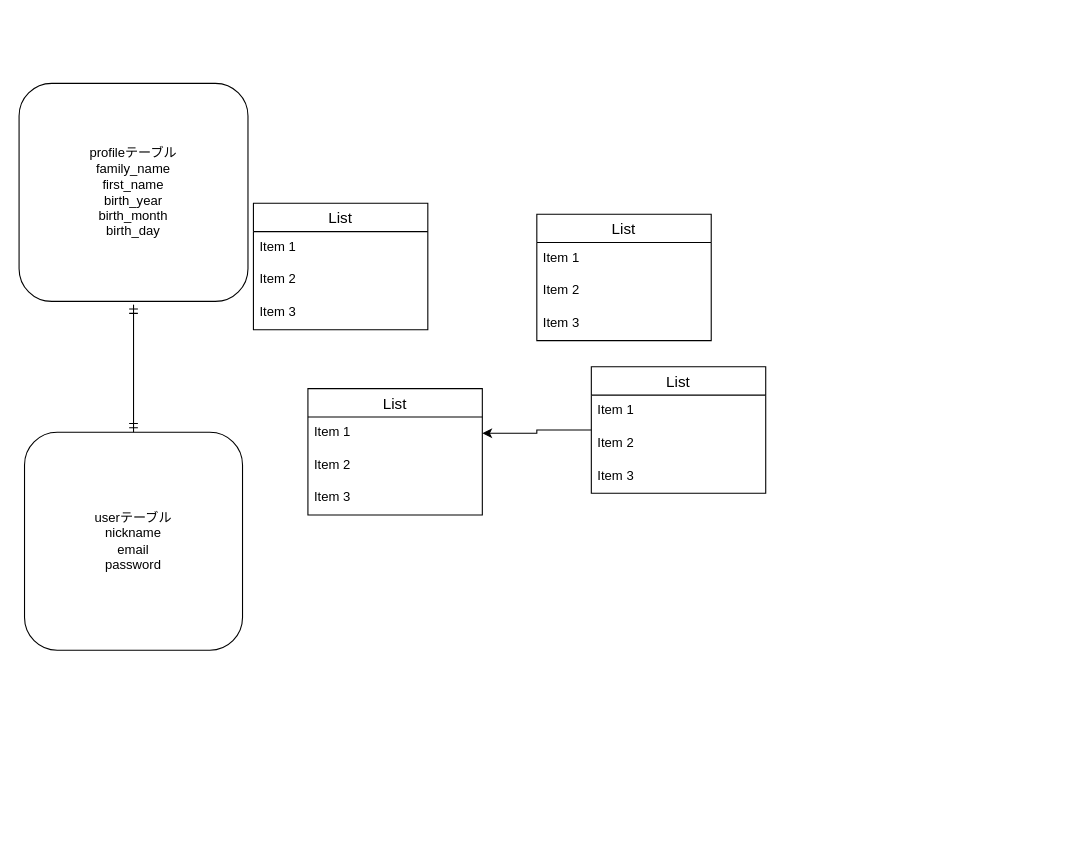
Above: ER_diagram.dio in bokko-chan/furima-31049 (draw.io), before the change. Source tidied: cells renumbered, new cells numbered last; positions are measured from the earlier drawing's top-left corner, leaving out a move shared by most shapes. Both pictures are drawn from the tidied source at 109%, with x=0, y=0 at pixel (19, 83).
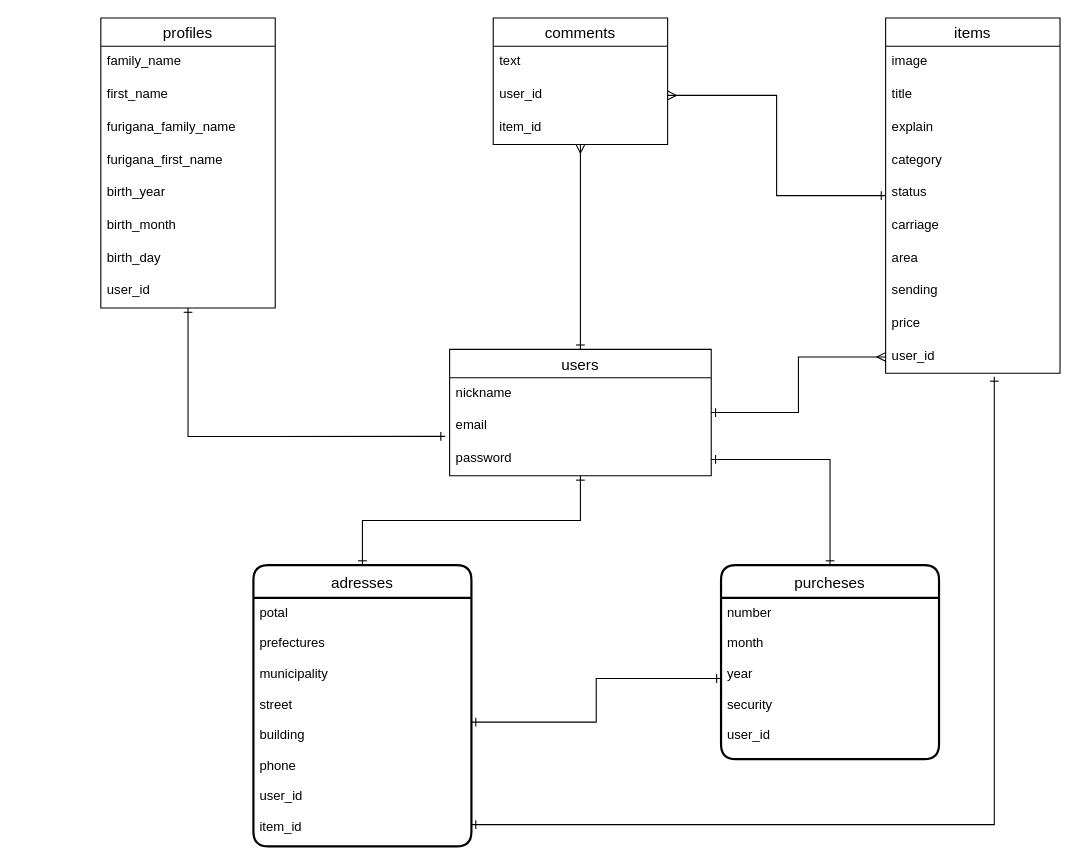
The same page after the edit.

Commit message (it also covers changes not shown here):
ER図・READ ME作成

Change to the diagram source:
```diff
@@
-    <mxCell id="2" value="userテーブル&lt;br&gt;nickname&lt;br&gt;email&lt;br&gt;password&lt;br&gt;" style="rounded=1;whiteSpace=wrap;html=1;" parent="1" vertex="1">
-      <mxGeometry x="5" y="320" width="200" height="200" as="geometry" />
-    </mxCell>
-    <mxCell id="3" value="profileテーブル&lt;br&gt;family_name&lt;br&gt;first_name&lt;br&gt;birth_year&lt;br&gt;birth_month&lt;br&gt;birth_day" style="rounded=1;whiteSpace=wrap;html=1;" parent="1" vertex="1">
-      <mxGeometry width="210" height="200" as="geometry" />
-    </mxCell>
+    <mxCell id="22" style="edgeStyle=orthogonalEdgeStyle;rounded=0;jettySize=auto;html=1;entryX=-0.017;entryY=-0.205;entryDx=0;entryDy=0;entryPerimeter=0;startArrow=ERone;startFill=0;endArrow=ERone;endFill=0;" parent="1" edge="1" source="8" target="7">
+      <mxGeometry relative="1" as="geometry" />
+    </mxCell>
+    <mxCell id="8" value="profiles" style="swimlane;fontStyle=0;horizontal=1;startSize=26;align=center;fontSize=14;" parent="1" vertex="1">
+      <mxGeometry x="75" y="-60" width="160" height="266" as="geometry" />
+    </mxCell>
+    <mxCell id="10" value="family_name" style="text;strokeColor=none;fillColor=none;spacingLeft=4;spacingRight=4;overflow=hidden;fontSize=12;" parent="8" vertex="1">
+      <mxGeometry y="26" width="160" height="30" as="geometry" />
+    </mxCell>
+    <mxCell id="11" value="first_name" style="text;strokeColor=none;fillColor=none;spacingLeft=4;spacingRight=4;overflow=hidden;fontSize=12;" parent="8" vertex="1">
+      <mxGeometry y="56" width="160" height="30" as="geometry" />
+    </mxCell>
+    <mxCell id="23" value="furigana_family_name" style="text;strokeColor=none;fillColor=none;spacingLeft=4;spacingRight=4;overflow=hidden;fontSize=12;" parent="8" vertex="1">
+      <mxGeometry y="86" width="160" height="30" as="geometry" />
+    </mxCell>
+    <mxCell id="24" value="furigana_first_name" style="text;strokeColor=none;fillColor=none;spacingLeft=4;spacingRight=4;overflow=hidden;fontSize=12;" parent="8" vertex="1">
+      <mxGeometry y="116" width="160" height="30" as="geometry" />
+    </mxCell>
+    <mxCell id="25" value="birth_year" style="text;strokeColor=none;fillColor=none;spacingLeft=4;spacingRight=4;overflow=hidden;fontSize=12;" parent="8" vertex="1">
+      <mxGeometry y="146" width="160" height="30" as="geometry" />
+    </mxCell>
+    <mxCell id="26" value="birth_month" style="text;strokeColor=none;fillColor=none;spacingLeft=4;spacingRight=4;overflow=hidden;fontSize=12;" parent="8" vertex="1">
+      <mxGeometry y="176" width="160" height="30" as="geometry" />
+    </mxCell>
+    <mxCell id="27" value="birth_day" style="text;strokeColor=none;fillColor=none;spacingLeft=4;spacingRight=4;overflow=hidden;fontSize=12;" parent="8" vertex="1">
+      <mxGeometry y="206" width="160" height="30" as="geometry" />
+    </mxCell>
+    <mxCell id="9" value="user_id" style="text;strokeColor=none;fillColor=none;spacingLeft=4;spacingRight=4;overflow=hidden;fontSize=12;" parent="8" vertex="1">
+      <mxGeometry y="236" width="160" height="30" as="geometry" />
+    </mxCell>
+    <mxCell id="28" style="edgeStyle=orthogonalEdgeStyle;rounded=0;jettySize=auto;html=1;entryX=0.5;entryY=0;entryDx=0;entryDy=0;startArrow=ERmany;startFill=0;endArrow=ERone;endFill=0;targetPerimeterSpacing=0;startSize=6;" parent="1" edge="1" source="13" target="4">
+      <mxGeometry relative="1" as="geometry" />
+    </mxCell>
+    <mxCell id="13" value="comments" style="swimlane;fontStyle=0;horizontal=1;startSize=26;align=center;fontSize=14;" parent="1" vertex="1">
+      <mxGeometry x="435" y="-60" width="160" height="116" as="geometry" />
+    </mxCell>
+    <mxCell id="14" value="text" style="text;strokeColor=none;fillColor=none;spacingLeft=4;spacingRight=4;overflow=hidden;fontSize=12;" parent="13" vertex="1">
+      <mxGeometry y="26" width="160" height="30" as="geometry" />
+    </mxCell>
+    <mxCell id="15" value="user_id" style="text;strokeColor=none;fillColor=none;spacingLeft=4;spacingRight=4;overflow=hidden;points=[[0,0.5],[1,0.5]];portConstraint=eastwest;fontSize=12;" parent="13" vertex="1">
+      <mxGeometry y="56" width="160" height="30" as="geometry" />
+    </mxCell>
+    <mxCell id="16" value="item_id" style="text;strokeColor=none;fillColor=none;spacingLeft=4;spacingRight=4;overflow=hidden;fontSize=12;" parent="13" vertex="1">
+      <mxGeometry y="86" width="160" height="30" as="geometry" />
+    </mxCell>
+    <mxCell id="29" style="edgeStyle=orthogonalEdgeStyle;rounded=0;jettySize=auto;html=1;entryX=0;entryY=0.5;entryDx=0;entryDy=0;startArrow=ERone;startFill=0;startSize=6;endArrow=ERmany;endFill=0;targetPerimeterSpacing=0;strokeWidth=1;" parent="1" edge="1" source="4" target="42">
+      <mxGeometry relative="1" as="geometry" />
+    </mxCell>
+    <mxCell id="30" style="edgeStyle=orthogonalEdgeStyle;rounded=0;jettySize=auto;html=1;startArrow=ERone;startFill=0;startSize=6;endArrow=ERone;endFill=0;targetPerimeterSpacing=0;strokeWidth=1;" parent="1" edge="1" source="4" target="21">
+      <mxGeometry relative="1" as="geometry" />
+    </mxCell>
-    <mxCell id="4" value="List" style="swimlane;fontStyle=0;horizontal=1;startSize=26;align=center;fontSize=14;" parent="1" vertex="1">
-      <mxGeometry x="215" y="110" width="160" height="116" as="geometry" />
+    <mxCell id="4" value="users" style="swimlane;fontStyle=0;horizontal=1;startSize=26;align=center;fontSize=14;" parent="1" vertex="1">
+      <mxGeometry x="395" y="244" width="240" height="116" as="geometry" />
     </mxCell>
-    <mxCell id="5" value="Item 1" style="text;strokeColor=none;fillColor=none;spacingLeft=4;spacingRight=4;overflow=hidden;fontSize=12;" parent="4" vertex="1">
-      <mxGeometry y="26" width="160" height="30" as="geometry" />
+    <mxCell id="5" value="nickname" style="text;strokeColor=none;fillColor=none;spacingLeft=4;spacingRight=4;overflow=hidden;fontSize=12;" parent="4" vertex="1">
+      <mxGeometry y="26" width="240" height="30" as="geometry" />
     </mxCell>
-    <mxCell id="6" value="Item 2" style="text;strokeColor=none;fillColor=none;spacingLeft=4;spacingRight=4;overflow=hidden;fontSize=12;" parent="4" vertex="1">
-      <mxGeometry y="56" width="160" height="30" as="geometry" />
+    <mxCell id="6" value="email" style="text;strokeColor=none;fillColor=none;spacingLeft=4;spacingRight=4;overflow=hidden;fontSize=12;" parent="4" vertex="1">
+      <mxGeometry y="56" width="240" height="30" as="geometry" />
     </mxCell>
-    <mxCell id="7" value="Item 3" style="text;strokeColor=none;fillColor=none;spacingLeft=4;spacingRight=4;overflow=hidden;points=[[0,0.5],[1,0.5]];portConstraint=eastwest;fontSize=12;" parent="4" vertex="1">
-      <mxGeometry y="86" width="160" height="30" as="geometry" />
+    <mxCell id="7" value="password" style="text;strokeColor=none;fillColor=none;spacingLeft=4;spacingRight=4;overflow=hidden;points=[[0,0.5],[1,0.5]];portConstraint=eastwest;fontSize=12;" parent="4" vertex="1">
+      <mxGeometry y="86" width="240" height="30" as="geometry" />
     </mxCell>
-    <mxCell id="8" value="List" style="swimlane;fontStyle=0;horizontal=1;startSize=26;align=center;fontSize=14;" parent="1" vertex="1">
-      <mxGeometry x="475" y="120" width="160" height="116" as="geometry" />
-    </mxCell>
-    <mxCell id="9" value="Item 1" style="text;strokeColor=none;fillColor=none;spacingLeft=4;spacingRight=4;overflow=hidden;fontSize=12;" parent="8" vertex="1">
-      <mxGeometry y="26" width="160" height="30" as="geometry" />
-    </mxCell>
-    <mxCell id="10" value="Item 2" style="text;strokeColor=none;fillColor=none;spacingLeft=4;spacingRight=4;overflow=hidden;fontSize=12;" parent="8" vertex="1">
-      <mxGeometry y="56" width="160" height="30" as="geometry" />
-    </mxCell>
-    <mxCell id="11" value="Item 3" style="text;strokeColor=none;fillColor=none;spacingLeft=4;spacingRight=4;overflow=hidden;fontSize=12;" parent="8" vertex="1">
-      <mxGeometry y="86" width="160" height="30" as="geometry" />
-    </mxCell>
-    <mxCell id="12" style="edgeStyle=orthogonalEdgeStyle;rounded=0;jettySize=auto;html=1;" parent="1" edge="1" source="13" target="18">
-      <mxGeometry relative="1" as="geometry" />
-    </mxCell>
-    <mxCell id="13" value="List" style="swimlane;fontStyle=0;horizontal=1;startSize=26;align=center;fontSize=14;" parent="1" vertex="1">
-      <mxGeometry x="525" y="260" width="160" height="116" as="geometry" />
-    </mxCell>
-    <mxCell id="14" value="Item 1" style="text;strokeColor=none;fillColor=none;spacingLeft=4;spacingRight=4;overflow=hidden;fontSize=12;" parent="13" vertex="1">
-      <mxGeometry y="26" width="160" height="30" as="geometry" />
-    </mxCell>
-    <mxCell id="15" value="Item 2" style="text;strokeColor=none;fillColor=none;spacingLeft=4;spacingRight=4;overflow=hidden;points=[[0,0.5],[1,0.5]];portConstraint=eastwest;fontSize=12;" parent="13" vertex="1">
-      <mxGeometry y="56" width="160" height="30" as="geometry" />
-    </mxCell>
-    <mxCell id="16" value="Item 3" style="text;strokeColor=none;fillColor=none;spacingLeft=4;spacingRight=4;overflow=hidden;fontSize=12;" parent="13" vertex="1">
-      <mxGeometry y="86" width="160" height="30" as="geometry" />
-    </mxCell>
-    <mxCell id="17" value="List" style="swimlane;fontStyle=0;horizontal=1;startSize=26;align=center;fontSize=14;" parent="1" vertex="1">
-      <mxGeometry x="265" y="280" width="160" height="116" as="geometry" />
-    </mxCell>
-    <mxCell id="18" value="Item 1" style="text;strokeColor=none;fillColor=none;spacingLeft=4;spacingRight=4;overflow=hidden;points=[[0,0.5],[1,0.5]];portConstraint=eastwest;fontSize=12;" parent="17" vertex="1">
-      <mxGeometry y="26" width="160" height="30" as="geometry" />
-    </mxCell>
-    <mxCell id="19" value="Item 2" style="text;strokeColor=none;fillColor=none;spacingLeft=4;spacingRight=4;overflow=hidden;fontSize=12;" parent="17" vertex="1">
-      <mxGeometry y="56" width="160" height="30" as="geometry" />
-    </mxCell>
-    <mxCell id="20" value="Item 3" style="text;strokeColor=none;fillColor=none;spacingLeft=4;spacingRight=4;overflow=hidden;fontSize=12;" parent="17" vertex="1">
-      <mxGeometry y="86" width="160" height="30" as="geometry" />
-    </mxCell>
+    <mxCell id="31" style="edgeStyle=orthogonalEdgeStyle;rounded=0;jettySize=auto;html=1;entryX=1;entryY=0.5;entryDx=0;entryDy=0;startArrow=ERone;startFill=0;endArrow=ERmany;endFill=0;targetPerimeterSpacing=0;strokeWidth=1;" parent="1" edge="1" source="32" target="15">
+      <mxGeometry relative="1" as="geometry" />
+    </mxCell>
+    <mxCell id="32" value="items" style="swimlane;fontStyle=0;horizontal=1;startSize=26;align=center;fontSize=14;" parent="1" vertex="1">
+      <mxGeometry x="795" y="-60" width="160" height="326" as="geometry" />
+    </mxCell>
+    <mxCell id="33" value="image" style="text;strokeColor=none;fillColor=none;spacingLeft=4;spacingRight=4;overflow=hidden;fontSize=12;" parent="32" vertex="1">
+      <mxGeometry y="26" width="160" height="30" as="geometry" />
+    </mxCell>
+    <mxCell id="34" value="title" style="text;strokeColor=none;fillColor=none;spacingLeft=4;spacingRight=4;overflow=hidden;fontSize=12;" parent="32" vertex="1">
+      <mxGeometry y="56" width="160" height="30" as="geometry" />
+    </mxCell>
+    <mxCell id="35" value="explain" style="text;strokeColor=none;fillColor=none;spacingLeft=4;spacingRight=4;overflow=hidden;fontSize=12;" parent="32" vertex="1">
+      <mxGeometry y="86" width="160" height="30" as="geometry" />
+    </mxCell>
+    <mxCell id="36" value="category" style="text;strokeColor=none;fillColor=none;spacingLeft=4;spacingRight=4;overflow=hidden;fontSize=12;" parent="32" vertex="1">
+      <mxGeometry y="116" width="160" height="30" as="geometry" />
+    </mxCell>
+    <mxCell id="37" value="status" style="text;strokeColor=none;fillColor=none;spacingLeft=4;spacingRight=4;overflow=hidden;fontSize=12;" parent="32" vertex="1">
+      <mxGeometry y="146" width="160" height="30" as="geometry" />
+    </mxCell>
+    <mxCell id="38" value="carriage" style="text;strokeColor=none;fillColor=none;spacingLeft=4;spacingRight=4;overflow=hidden;fontSize=12;" parent="32" vertex="1">
+      <mxGeometry y="176" width="160" height="30" as="geometry" />
+    </mxCell>
+    <mxCell id="39" value="area" style="text;strokeColor=none;fillColor=none;spacingLeft=4;spacingRight=4;overflow=hidden;fontSize=12;" parent="32" vertex="1">
+      <mxGeometry y="206" width="160" height="30" as="geometry" />
+    </mxCell>
+    <mxCell id="40" value="sending" style="text;strokeColor=none;fillColor=none;spacingLeft=4;spacingRight=4;overflow=hidden;fontSize=12;" parent="32" vertex="1">
+      <mxGeometry y="236" width="160" height="30" as="geometry" />
+    </mxCell>
+    <mxCell id="41" value="price" style="text;strokeColor=none;fillColor=none;spacingLeft=4;spacingRight=4;overflow=hidden;fontSize=12;" parent="32" vertex="1">
+      <mxGeometry y="266" width="160" height="30" as="geometry" />
+    </mxCell>
+    <mxCell id="42" value="user_id" style="text;strokeColor=none;fillColor=none;spacingLeft=4;spacingRight=4;overflow=hidden;points=[[0,0.5],[1,0.5]];portConstraint=eastwest;fontSize=12;" parent="32" vertex="1">
+      <mxGeometry y="296" width="160" height="30" as="geometry" />
+    </mxCell>
+    <mxCell id="43" style="edgeStyle=orthogonalEdgeStyle;rounded=0;jettySize=auto;html=1;entryX=0.5;entryY=0;entryDx=0;entryDy=0;startArrow=ERone;startFill=0;startSize=6;endArrow=ERone;endFill=0;targetPerimeterSpacing=0;strokeWidth=1;" parent="1" edge="1" source="7" target="47">
+      <mxGeometry relative="1" as="geometry" />
+    </mxCell>
+    <mxCell id="44" style="edgeStyle=orthogonalEdgeStyle;rounded=0;jettySize=auto;html=1;startArrow=ERone;startFill=0;startSize=6;endArrow=ERone;endFill=0;targetPerimeterSpacing=0;strokeWidth=1;exitX=0.623;exitY=1.107;exitDx=0;exitDy=0;exitPerimeter=0;" parent="1" edge="1" source="42">
+      <mxGeometry relative="1" as="geometry">
+        <mxPoint x="415" y="680" as="targetPoint" />
+        <Array as="points">
+          <mxPoint x="895" y="680" />
+        </Array>
+      </mxGeometry>
+    </mxCell>
+    <mxCell id="45" style="edgeStyle=orthogonalEdgeStyle;rounded=0;jettySize=auto;html=1;entryX=0;entryY=0.5;entryDx=0;entryDy=0;startArrow=ERone;startFill=0;startSize=6;endArrow=ERone;endFill=0;targetPerimeterSpacing=0;strokeWidth=1;" parent="1" edge="1" source="46" target="48">
+      <mxGeometry relative="1" as="geometry" />
+    </mxCell>
-    <mxCell id="21" style="fontSize=12;html=1;endArrow=ERmandOne;startArrow=ERmandOne;rounded=0;" parent="1" edge="1">
-      <mxGeometry relative="1" as="geometry">
-        <mxPoint x="105" y="320" as="sourcePoint" />
-        <mxPoint x="105" y="203" as="targetPoint" />
-      </mxGeometry>
+    <mxCell id="21" value="adresses" style="swimlane;horizontal=1;startSize=30;rounded=1;fontSize=14;fontStyle=0;strokeWidth=2;shadow=0;dashed=0;align=center;" parent="1" vertex="1">
+      <mxGeometry x="215" y="442" width="200" height="258" as="geometry" />
     </mxCell>
+    <mxCell id="46" value="potal&#10;&#10;prefectures&#10;&#10;municipality&#10;&#10;street&#10;&#10;building&#10;&#10;phone&#10;&#10;user_id&#10;&#10;item_id" style="align=left;strokeColor=none;fillColor=none;spacingLeft=4;fontSize=12;verticalAlign=top;" parent="21" vertex="1">
+      <mxGeometry y="30" width="200" height="228" as="geometry" />
+    </mxCell>
+    <mxCell id="47" value="purcheses" style="swimlane;horizontal=1;startSize=30;rounded=1;fontSize=14;fontStyle=0;strokeWidth=2;shadow=0;dashed=0;align=center;" parent="1" vertex="1">
+      <mxGeometry x="644" y="442" width="200" height="178" as="geometry" />
+    </mxCell>
+    <mxCell id="48" value="number&#10;&#10;month&#10;&#10;year&#10;&#10;security&#10;&#10;user_id" style="align=left;strokeColor=none;fillColor=none;spacingLeft=4;fontSize=12;verticalAlign=top;" parent="47" vertex="1">
+      <mxGeometry y="30" width="200" height="148" as="geometry" />
+    </mxCell>
```
